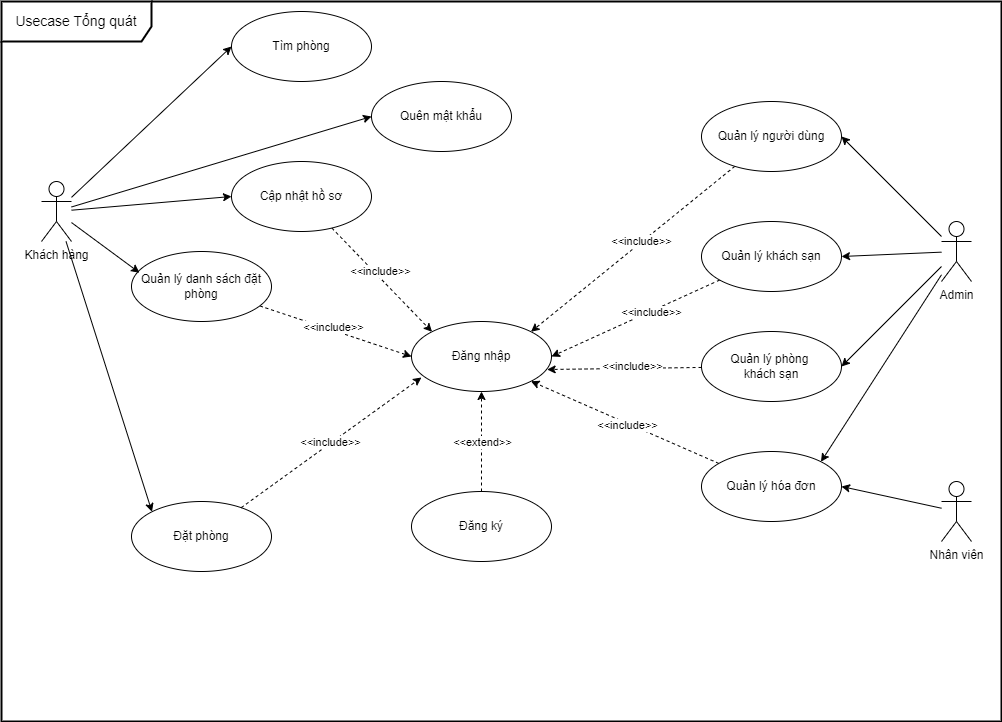
This is img-exports/uc-general.png from KMA-TTCS-Nhom32/documents, a draw.io export, as it was before one commit. Source tidied: cells renumbered, new cells last; positions are measured from the earlier drawing's top-left corner, leaving out a move shared by most shapes.
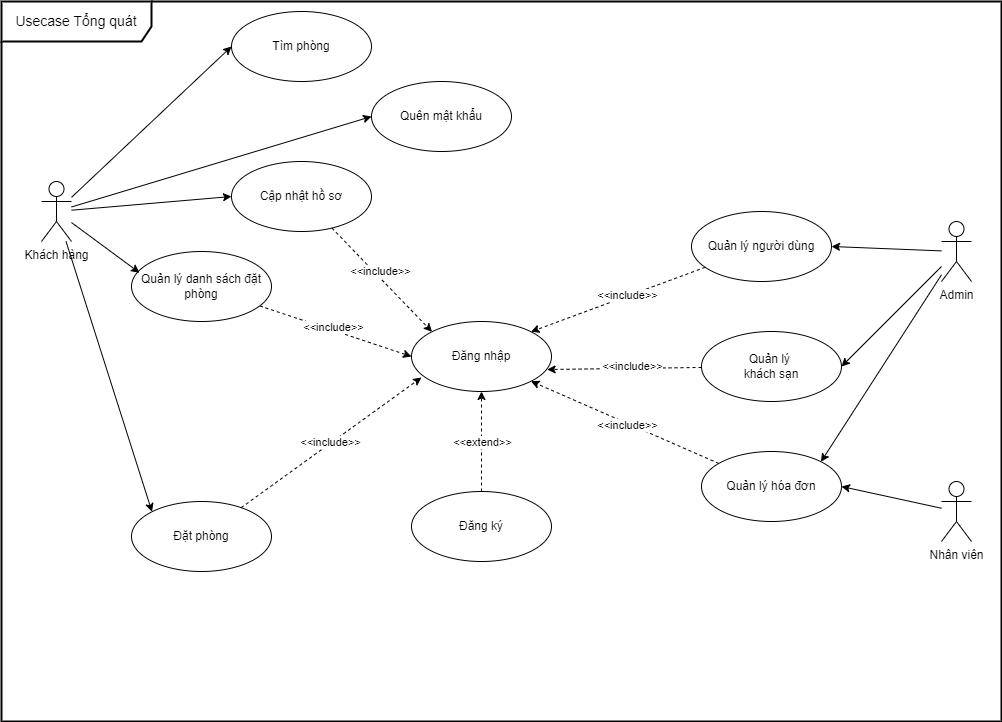
Above is the later version.

Commit message:
update use cases

Diff of the diagram source:
```diff
@@ -43,9 +43,6 @@
     <mxCell id="14" style="rounded=0;jettySize=auto;html=1;entryX=1;entryY=0.5;entryDx=0;entryDy=0;" parent="1" edge="1" source="18" target="24">
       <mxGeometry relative="1" as="geometry" />
     </mxCell>
-    <mxCell id="15" style="rounded=0;jettySize=auto;html=1;entryX=1;entryY=0.5;entryDx=0;entryDy=0;" parent="1" edge="1" source="18" target="21">
-      <mxGeometry relative="1" as="geometry" />
-    </mxCell>
     <mxCell id="16" style="rounded=0;jettySize=auto;html=1;entryX=1;entryY=0.5;entryDx=0;entryDy=0;" parent="1" edge="1" source="18" target="25">
       <mxGeometry relative="1" as="geometry" />
     </mxCell>
@@ -55,17 +52,6 @@
     <mxCell id="18" value="Admin" style="shape=umlActor;verticalLabelPosition=bottom;verticalAlign=top;html=1;" parent="1" vertex="1">
       <mxGeometry x="940" y="220" width="30" height="60" as="geometry" />
     </mxCell>
-    <mxCell id="19" style="rounded=0;jettySize=auto;html=1;entryX=1;entryY=0.5;entryDx=0;entryDy=0;dashed=1;" parent="1" edge="1" source="21" target="8">
-      <mxGeometry relative="1" as="geometry" />
-    </mxCell>
-    <mxCell id="20" value="&amp;lt;&amp;lt;include&amp;gt;&amp;gt;" style="edgeLabel;html=1;align=center;verticalAlign=middle;" parent="19" vertex="1">
-      <mxGeometry x="-0.1" y="-4" relative="1" as="geometry">
-        <mxPoint x="9" y="1" as="offset" />
-      </mxGeometry>
-    </mxCell>
-    <mxCell id="21" value="Quản lý khách sạn" style="ellipse;whiteSpace=wrap;html=1;" parent="1" vertex="1">
-      <mxGeometry x="700" y="220" width="140" height="70" as="geometry" />
-    </mxCell>
     <mxCell id="22" style="rounded=0;jettySize=auto;html=1;entryX=1;entryY=0;entryDx=0;entryDy=0;dashed=1;" parent="1" edge="1" source="24" target="8">
       <mxGeometry relative="1" as="geometry" />
     </mxCell>
@@ -75,9 +61,9 @@
       </mxGeometry>
     </mxCell>
     <mxCell id="24" value="Quản lý người dùng" style="ellipse;whiteSpace=wrap;html=1;" parent="1" vertex="1">
-      <mxGeometry x="700" y="100" width="140" height="70" as="geometry" />
+      <mxGeometry x="690" y="210" width="140" height="70" as="geometry" />
     </mxCell>
-    <mxCell id="25" value="Quản lý phòng&amp;nbsp;&lt;div&gt;khách sạn&lt;/div&gt;" style="ellipse;whiteSpace=wrap;html=1;" parent="1" vertex="1">
+    <mxCell id="25" value="Quản lý&amp;nbsp;&lt;div&gt;khách sạn&lt;/div&gt;" style="ellipse;whiteSpace=wrap;html=1;" parent="1" vertex="1">
       <mxGeometry x="700" y="330" width="140" height="70" as="geometry" />
     </mxCell>
     <mxCell id="26" style="rounded=0;jettySize=auto;html=1;entryX=1;entryY=1;entryDx=0;entryDy=0;dashed=1;" parent="1" edge="1" source="28" target="8">
```
